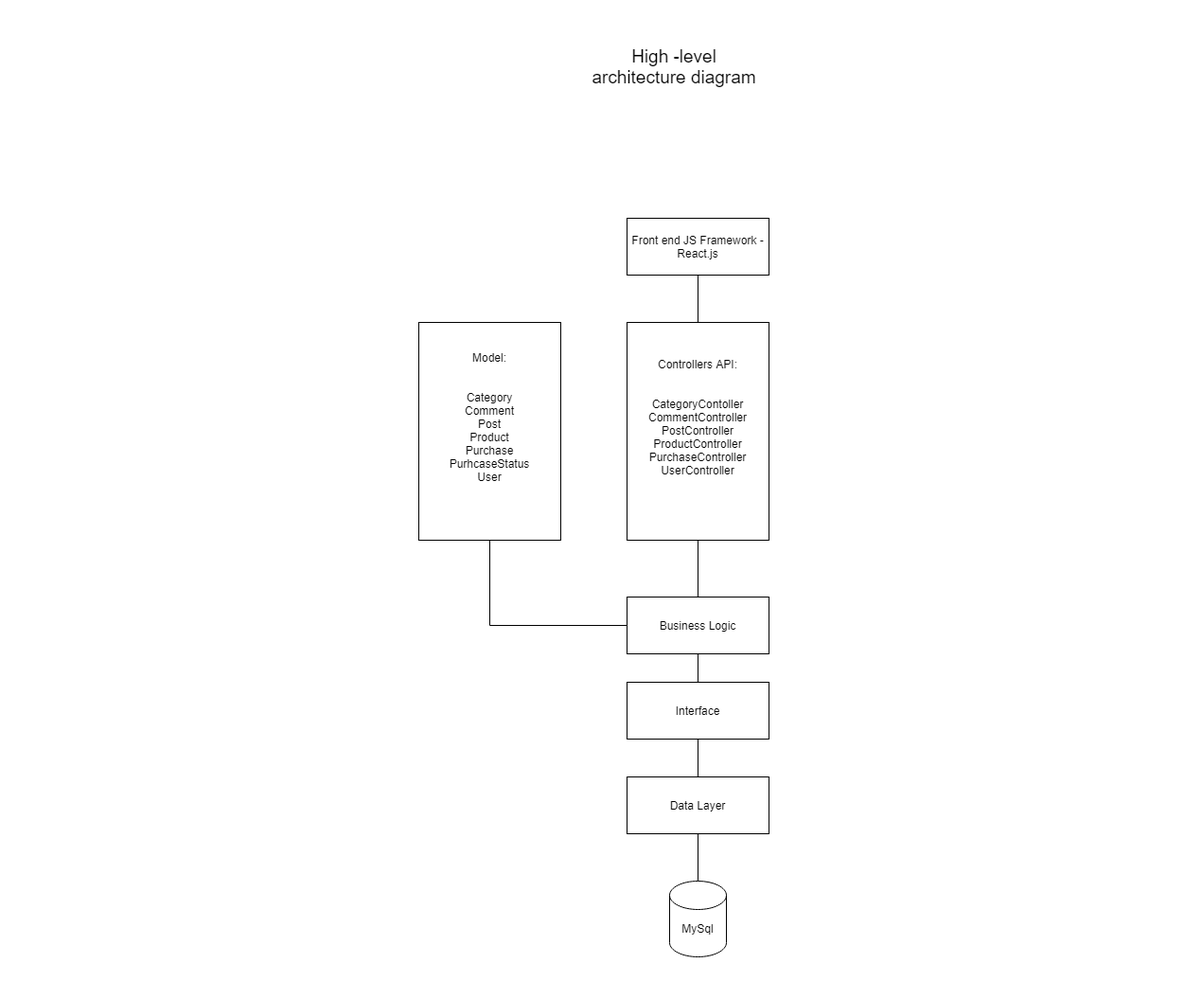
jaklin99/Online-shop- keeps this draw.io diagram as documentation/High-level-architecture-diagram.png. Above is the earlier version. Source tidied: cells renumbered, new cells last; positions are measured from the earlier drawing's top-left corner, leaving out a move shared by most shapes. Source of this version:
```xml
<mxGraphModel>
  <root>
    <mxCell id="0" />
    <mxCell id="1" parent="0" />
    <mxCell id="2" style="rounded=0;whiteSpace=wrap;html=1;" parent="1" vertex="1">
      <mxGeometry x="590" y="280" width="150" height="230" as="geometry" />
    </mxCell>
    <mxCell id="3" value="Model:&lt;br&gt;&lt;br&gt;&lt;br&gt;Category&lt;br&gt;Comment&lt;br&gt;Post&lt;br&gt;Product&lt;br&gt;Purchase&lt;br&gt;PurhcaseStatus&lt;br&gt;User" style="text;html=1;strokeColor=none;fillColor=none;align=center;verticalAlign=middle;whiteSpace=wrap;rounded=0;" parent="1" vertex="1">
      <mxGeometry x="610" y="280" width="110" height="200" as="geometry" />
    </mxCell>
    <mxCell id="4" style="rounded=0;whiteSpace=wrap;html=1;" parent="1" vertex="1">
      <mxGeometry x="810" y="280" width="150" height="230" as="geometry" />
    </mxCell>
    <mxCell id="5" style="edgeStyle=orthogonalEdgeStyle;rounded=0;jettySize=auto;html=1;entryX=0.5;entryY=1;entryDx=0;entryDy=0;endArrow=none;endFill=0;" parent="1" edge="1" source="6" target="7">
      <mxGeometry relative="1" as="geometry" />
    </mxCell>
    <mxCell id="6" value="Controllers API:&lt;br&gt;&lt;br&gt;&lt;br&gt;CategoryContoller&lt;br&gt;CommentController&lt;br&gt;PostController&lt;br&gt;ProductController&lt;br&gt;PurchaseController&lt;br&gt;UserController" style="text;html=1;strokeColor=none;fillColor=none;align=center;verticalAlign=middle;whiteSpace=wrap;rounded=0;" parent="1" vertex="1">
      <mxGeometry x="830" y="280" width="110" height="200" as="geometry" />
    </mxCell>
    <mxCell id="7" value="Front end JS Framework - React.js" style="rounded=0;whiteSpace=wrap;html=1;" parent="1" vertex="1">
      <mxGeometry x="810" y="170" width="150" height="60" as="geometry" />
    </mxCell>
    <mxCell id="8" value="&lt;font style=&quot;font-size: 19px&quot;&gt;High -level architecture diagram&lt;/font&gt;" style="text;html=1;strokeColor=none;fillColor=none;align=center;verticalAlign=middle;whiteSpace=wrap;rounded=0;" parent="1" vertex="1">
      <mxGeometry x="770" width="180" height="20" as="geometry" />
    </mxCell>
    <mxCell id="9" style="edgeStyle=orthogonalEdgeStyle;rounded=0;jettySize=auto;html=1;endArrow=none;endFill=0;" parent="1" edge="1" source="11" target="4">
      <mxGeometry relative="1" as="geometry" />
    </mxCell>
    <mxCell id="10" style="edgeStyle=orthogonalEdgeStyle;rounded=0;jettySize=auto;html=1;entryX=0.5;entryY=1;entryDx=0;entryDy=0;endArrow=none;endFill=0;" parent="1" edge="1" source="11" target="2">
      <mxGeometry relative="1" as="geometry" />
    </mxCell>
    <mxCell id="11" value="Business Logic" style="rounded=0;whiteSpace=wrap;html=1;" parent="1" vertex="1">
      <mxGeometry x="810" y="570" width="150" height="60" as="geometry" />
    </mxCell>
    <mxCell id="12" style="edgeStyle=orthogonalEdgeStyle;rounded=0;jettySize=auto;html=1;entryX=0.5;entryY=0;entryDx=0;entryDy=0;endArrow=none;endFill=0;" parent="1" edge="1" source="14" target="16">
      <mxGeometry relative="1" as="geometry" />
    </mxCell>
    <mxCell id="13" style="edgeStyle=orthogonalEdgeStyle;rounded=0;jettySize=auto;html=1;entryX=0.5;entryY=1;entryDx=0;entryDy=0;endArrow=none;endFill=0;" parent="1" edge="1" source="14" target="11">
      <mxGeometry relative="1" as="geometry" />
    </mxCell>
    <mxCell id="14" value="Interface" style="rounded=0;whiteSpace=wrap;html=1;" parent="1" vertex="1">
      <mxGeometry x="810" y="660" width="150" height="60" as="geometry" />
    </mxCell>
    <mxCell id="15" style="edgeStyle=orthogonalEdgeStyle;rounded=0;jettySize=auto;html=1;entryX=0.5;entryY=0;entryDx=0;entryDy=0;entryPerimeter=0;endArrow=none;endFill=0;" parent="1" edge="1" source="16" target="17">
      <mxGeometry relative="1" as="geometry" />
    </mxCell>
    <mxCell id="16" value="Data Layer" style="rounded=0;whiteSpace=wrap;html=1;" parent="1" vertex="1">
      <mxGeometry x="810" y="760" width="150" height="60" as="geometry" />
    </mxCell>
    <mxCell id="17" value="MySql" style="shape=cylinder3;whiteSpace=wrap;html=1;boundedLbl=1;backgroundOutline=1;size=15;" parent="1" vertex="1">
      <mxGeometry x="855" y="870" width="60" height="80" as="geometry" />
    </mxCell>
    <mxCell id="18" style="rounded=0;whiteSpace=wrap;html=1;" parent="1" vertex="1">
      <mxGeometry x="1430" y="470" width="120" height="60" as="geometry" />
    </mxCell>
    <mxCell id="19" style="rounded=0;whiteSpace=wrap;html=1;" parent="1" vertex="1">
      <mxGeometry y="400" width="120" height="60" as="geometry" />
    </mxCell>
    <mxCell id="20" style="rounded=0;whiteSpace=wrap;html=1;" parent="1" vertex="1">
      <mxGeometry x="780" y="1140" width="120" height="60" as="geometry" />
    </mxCell>
  </root>
</mxGraphModel>
```
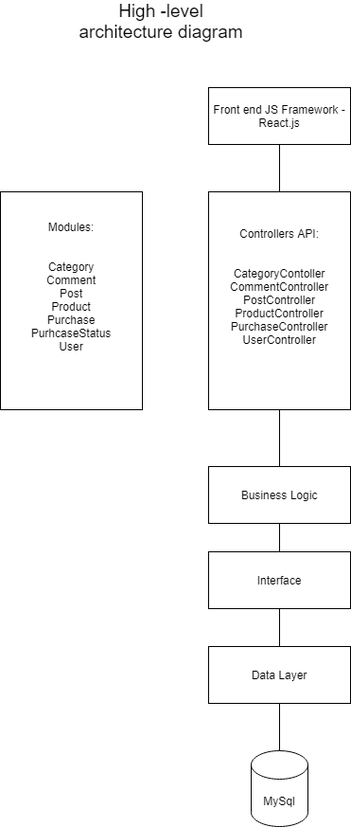
After the commit.

Change to the diagram source:
```diff
@@ -5,7 +5,7 @@
     <mxCell id="2" style="rounded=0;whiteSpace=wrap;html=1;" parent="1" vertex="1">
       <mxGeometry x="590" y="280" width="150" height="230" as="geometry" />
     </mxCell>
-    <mxCell id="3" value="Model:&lt;br&gt;&lt;br&gt;&lt;br&gt;Category&lt;br&gt;Comment&lt;br&gt;Post&lt;br&gt;Product&lt;br&gt;Purchase&lt;br&gt;PurhcaseStatus&lt;br&gt;User" style="text;html=1;strokeColor=none;fillColor=none;align=center;verticalAlign=middle;whiteSpace=wrap;rounded=0;" parent="1" vertex="1">
+    <mxCell id="3" value="Modules:&lt;br&gt;&lt;br&gt;&lt;br&gt;Category&lt;br&gt;Comment&lt;br&gt;Post&lt;br&gt;Product&lt;br&gt;Purchase&lt;br&gt;PurhcaseStatus&lt;br&gt;User" style="text;html=1;strokeColor=none;fillColor=none;align=center;verticalAlign=middle;whiteSpace=wrap;rounded=0;" parent="1" vertex="1">
       <mxGeometry x="610" y="280" width="110" height="200" as="geometry" />
     </mxCell>
     <mxCell id="4" style="rounded=0;whiteSpace=wrap;html=1;" parent="1" vertex="1">
@@ -21,14 +21,11 @@
       <mxGeometry x="810" y="170" width="150" height="60" as="geometry" />
     </mxCell>
     <mxCell id="8" value="&lt;font style=&quot;font-size: 19px&quot;&gt;High -level architecture diagram&lt;/font&gt;" style="text;html=1;strokeColor=none;fillColor=none;align=center;verticalAlign=middle;whiteSpace=wrap;rounded=0;" parent="1" vertex="1">
-      <mxGeometry x="770" width="180" height="20" as="geometry" />
+      <mxGeometry x="670" y="90" width="180" height="20" as="geometry" />
     </mxCell>
     <mxCell id="9" style="edgeStyle=orthogonalEdgeStyle;rounded=0;jettySize=auto;html=1;endArrow=none;endFill=0;" parent="1" edge="1" source="11" target="4">
       <mxGeometry relative="1" as="geometry" />
     </mxCell>
-    <mxCell id="10" style="edgeStyle=orthogonalEdgeStyle;rounded=0;jettySize=auto;html=1;entryX=0.5;entryY=1;entryDx=0;entryDy=0;endArrow=none;endFill=0;" parent="1" edge="1" source="11" target="2">
-      <mxGeometry relative="1" as="geometry" />
-    </mxCell>
     <mxCell id="11" value="Business Logic" style="rounded=0;whiteSpace=wrap;html=1;" parent="1" vertex="1">
       <mxGeometry x="810" y="570" width="150" height="60" as="geometry" />
     </mxCell>
@@ -50,14 +47,5 @@
     <mxCell id="17" value="MySql" style="shape=cylinder3;whiteSpace=wrap;html=1;boundedLbl=1;backgroundOutline=1;size=15;" parent="1" vertex="1">
       <mxGeometry x="855" y="870" width="60" height="80" as="geometry" />
     </mxCell>
-    <mxCell id="18" style="rounded=0;whiteSpace=wrap;html=1;" parent="1" vertex="1">
-      <mxGeometry x="1430" y="470" width="120" height="60" as="geometry" />
-    </mxCell>
-    <mxCell id="19" style="rounded=0;whiteSpace=wrap;html=1;" parent="1" vertex="1">
-      <mxGeometry y="400" width="120" height="60" as="geometry" />
-    </mxCell>
-    <mxCell id="20" style="rounded=0;whiteSpace=wrap;html=1;" parent="1" vertex="1">
-      <mxGeometry x="780" y="1140" width="120" height="60" as="geometry" />
-    </mxCell>
   </root>
 </mxGraphModel>
```
